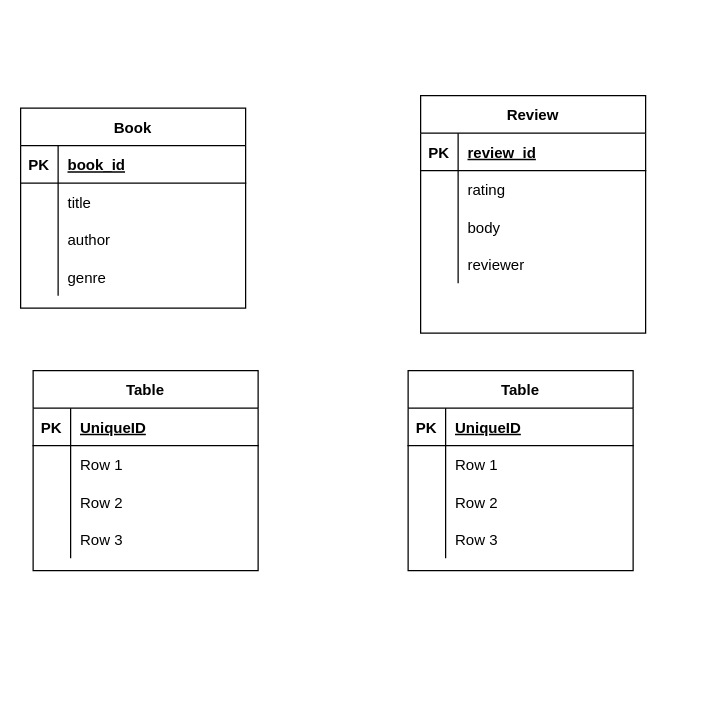
Before: .drawio in byukan/Chatbots-NLP, a draw.io diagram. Source tidied: cells renumbered, new cells numbered last; positions are measured from the earlier drawing's top-left corner, leaving out a move shared by most shapes. Both pictures are drawn from the tidied source at 125%, with x=0, y=0 at pixel (20, 95).
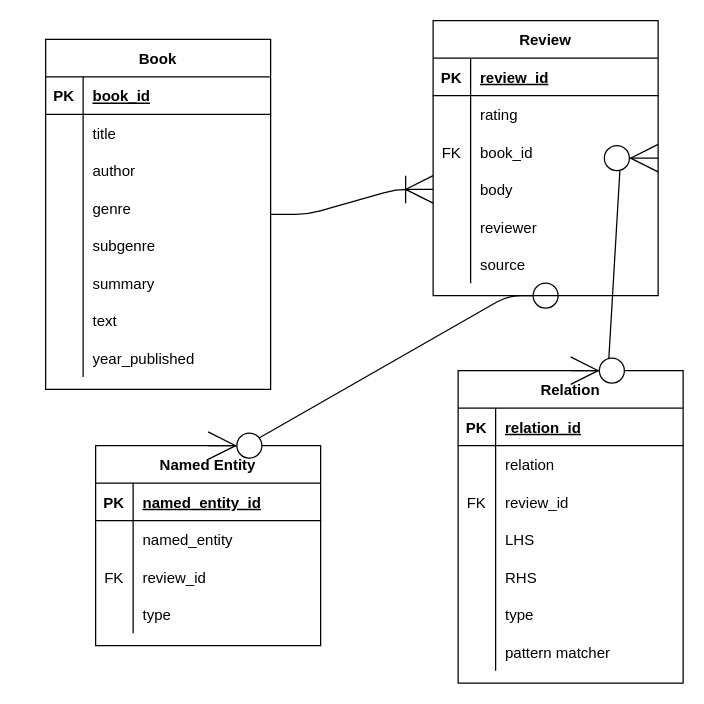
The same page after the edit.

Unchanged cells that the change refers to:
```xml
<mxCell id="16" style="shape=partialRectangle;fillColor=none;top=0;left=0;bottom=1;right=0;" parent="15" vertex="1">
  <mxGeometry y="30" width="180" height="30" as="geometry" />
</mxCell>
<mxCell id="19" style="shape=partialRectangle;fillColor=none;top=0;left=0;bottom=0;right=0;" parent="15" vertex="1">
  <mxGeometry y="60" width="180" height="30" as="geometry" />
</mxCell>
<mxCell id="29" style="shape=partialRectangle;fillColor=none;top=0;left=0;bottom=1;right=0;" parent="28" vertex="1">
  <mxGeometry y="30" width="180" height="30" as="geometry" />
</mxCell>
<mxCell id="32" style="shape=partialRectangle;fillColor=none;top=0;left=0;bottom=0;right=0;" parent="28" vertex="1">
  <mxGeometry y="60" width="180" height="30" as="geometry" />
</mxCell>
<mxCell id="35" style="shape=partialRectangle;fillColor=none;top=0;left=0;bottom=0;right=0;" parent="28" vertex="1">
  <mxGeometry y="90" width="180" height="30" as="geometry" />
</mxCell>
<mxCell id="38" style="shape=partialRectangle;fillColor=none;top=0;left=0;bottom=0;right=0;" parent="28" vertex="1">
  <mxGeometry y="120" width="180" height="30" as="geometry" />
</mxCell>
```

Diff of the diagram source:
```diff
@@
     <mxCell id="2" value="Book" style="shape=table;startSize=30;childLayout=tableLayout;rowLines=0;fontStyle=1;align=center;" parent="1" vertex="1">
-      <mxGeometry y="10" width="180" height="160" as="geometry" />
+      <mxGeometry x="20" y="-45" width="180" height="280" as="geometry" />
     </mxCell>
@@
+    <mxCell id="54" style="shape=partialRectangle;fillColor=none;top=0;left=0;bottom=0;right=0;" parent="2" vertex="1">
+      <mxGeometry y="150" width="180" height="30" as="geometry" />
+    </mxCell>
+    <mxCell id="55" style="shape=partialRectangle;fillColor=none;top=0;left=0;bottom=0;right=0;overflow=hidden;" parent="54" vertex="1">
+      <mxGeometry width="30" height="30" as="geometry" />
+    </mxCell>
+    <mxCell id="56" value="subgenre" style="shape=partialRectangle;fillColor=none;top=0;left=0;bottom=0;right=0;align=left;spacingLeft=6;overflow=hidden;" parent="54" vertex="1">
+      <mxGeometry x="30" width="150" height="30" as="geometry" />
+    </mxCell>
+    <mxCell id="57" style="shape=partialRectangle;fillColor=none;top=0;left=0;bottom=0;right=0;" parent="2" vertex="1">
+      <mxGeometry y="180" width="180" height="30" as="geometry" />
+    </mxCell>
+    <mxCell id="58" style="shape=partialRectangle;fillColor=none;top=0;left=0;bottom=0;right=0;overflow=hidden;" parent="57" vertex="1">
+      <mxGeometry width="30" height="30" as="geometry" />
+    </mxCell>
+    <mxCell id="59" value="summary" style="shape=partialRectangle;fillColor=none;top=0;left=0;bottom=0;right=0;align=left;spacingLeft=6;overflow=hidden;" parent="57" vertex="1">
+      <mxGeometry x="30" width="150" height="30" as="geometry" />
+    </mxCell>
+    <mxCell id="60" style="shape=partialRectangle;fillColor=none;top=0;left=0;bottom=0;right=0;" parent="2" vertex="1">
+      <mxGeometry y="210" width="180" height="30" as="geometry" />
+    </mxCell>
+    <mxCell id="61" style="shape=partialRectangle;fillColor=none;top=0;left=0;bottom=0;right=0;overflow=hidden;" parent="60" vertex="1">
+      <mxGeometry width="30" height="30" as="geometry" />
+    </mxCell>
+    <mxCell id="62" value="text" style="shape=partialRectangle;fillColor=none;top=0;left=0;bottom=0;right=0;align=left;spacingLeft=6;overflow=hidden;" parent="60" vertex="1">
+      <mxGeometry x="30" width="150" height="30" as="geometry" />
+    </mxCell>
+    <mxCell id="63" style="shape=partialRectangle;fillColor=none;top=0;left=0;bottom=0;right=0;" parent="2" vertex="1">
+      <mxGeometry y="240" width="180" height="30" as="geometry" />
+    </mxCell>
+    <mxCell id="64" style="shape=partialRectangle;fillColor=none;top=0;left=0;bottom=0;right=0;overflow=hidden;" parent="63" vertex="1">
+      <mxGeometry width="30" height="30" as="geometry" />
+    </mxCell>
+    <mxCell id="65" value="year_published" style="shape=partialRectangle;fillColor=none;top=0;left=0;bottom=0;right=0;align=left;spacingLeft=6;overflow=hidden;" parent="63" vertex="1">
+      <mxGeometry x="30" width="150" height="30" as="geometry" />
+    </mxCell>
-    <mxCell id="15" value="Table" style="shape=table;startSize=30;childLayout=tableLayout;rowLines=0;fontStyle=1;align=center;" parent="1" vertex="1">
-      <mxGeometry x="310" y="220" width="180" height="160" as="geometry" />
+    <mxCell id="15" value="Relation" style="shape=table;startSize=30;childLayout=tableLayout;rowLines=0;fontStyle=1;align=center;" parent="1" vertex="1">
+      <mxGeometry x="350" y="220" width="180" height="250" as="geometry" />
     </mxCell>
@@
-    <mxCell id="18" value="UniqueID" style="shape=partialRectangle;fillColor=none;top=0;left=0;bottom=0;right=0;align=left;spacingLeft=6;fontStyle=5;overflow=hidden;" parent="16" vertex="1">
+    <mxCell id="18" value="relation_id" style="shape=partialRectangle;fillColor=none;top=0;left=0;bottom=0;right=0;align=left;spacingLeft=6;fontStyle=5;overflow=hidden;" parent="16" vertex="1">
       <mxGeometry x="30" width="150" height="30" as="geometry" />
     </mxCell>
@@
-    <mxCell id="21" value="Row 1" style="shape=partialRectangle;fillColor=none;top=0;left=0;bottom=0;right=0;align=left;spacingLeft=6;overflow=hidden;" parent="19" vertex="1">
+    <mxCell id="21" value="relation" style="shape=partialRectangle;fillColor=none;top=0;left=0;bottom=0;right=0;align=left;spacingLeft=6;overflow=hidden;" parent="19" vertex="1">
       <mxGeometry x="30" width="150" height="30" as="geometry" />
     </mxCell>
+    <mxCell id="66" style="shape=partialRectangle;fillColor=none;top=0;left=0;bottom=0;right=0;" parent="15" vertex="1">
+      <mxGeometry y="90" width="180" height="30" as="geometry" />
+    </mxCell>
+    <mxCell id="67" value="FK" style="shape=partialRectangle;fillColor=none;top=0;left=0;bottom=0;right=0;overflow=hidden;" parent="66" vertex="1">
+      <mxGeometry width="30" height="30" as="geometry" />
+    </mxCell>
+    <mxCell id="68" value="review_id" style="shape=partialRectangle;fillColor=none;top=0;left=0;bottom=0;right=0;align=left;spacingLeft=6;overflow=hidden;" parent="66" vertex="1">
+      <mxGeometry x="30" width="150" height="30" as="geometry" />
+    </mxCell>
+    <mxCell id="69" style="shape=partialRectangle;fillColor=none;top=0;left=0;bottom=0;right=0;" parent="15" vertex="1">
+      <mxGeometry y="120" width="180" height="30" as="geometry" />
+    </mxCell>
+    <mxCell id="70" style="shape=partialRectangle;fillColor=none;top=0;left=0;bottom=0;right=0;overflow=hidden;" parent="69" vertex="1">
+      <mxGeometry width="30" height="30" as="geometry" />
+    </mxCell>
+    <mxCell id="71" value="LHS" style="shape=partialRectangle;fillColor=none;top=0;left=0;bottom=0;right=0;align=left;spacingLeft=6;overflow=hidden;" parent="69" vertex="1">
+      <mxGeometry x="30" width="150" height="30" as="geometry" />
+    </mxCell>
+    <mxCell id="72" style="shape=partialRectangle;fillColor=none;top=0;left=0;bottom=0;right=0;" parent="15" vertex="1">
+      <mxGeometry y="150" width="180" height="30" as="geometry" />
+    </mxCell>
+    <mxCell id="73" style="shape=partialRectangle;fillColor=none;top=0;left=0;bottom=0;right=0;overflow=hidden;" parent="72" vertex="1">
+      <mxGeometry width="30" height="30" as="geometry" />
+    </mxCell>
+    <mxCell id="74" value="RHS" style="shape=partialRectangle;fillColor=none;top=0;left=0;bottom=0;right=0;align=left;spacingLeft=6;overflow=hidden;" parent="72" vertex="1">
+      <mxGeometry x="30" width="150" height="30" as="geometry" />
+    </mxCell>
     <mxCell id="22" style="shape=partialRectangle;fillColor=none;top=0;left=0;bottom=0;right=0;" parent="15" vertex="1">
-      <mxGeometry y="90" width="180" height="30" as="geometry" />
+      <mxGeometry y="180" width="180" height="30" as="geometry" />
     </mxCell>
@@
-    <mxCell id="24" value="Row 2" style="shape=partialRectangle;fillColor=none;top=0;left=0;bottom=0;right=0;align=left;spacingLeft=6;overflow=hidden;" parent="22" vertex="1">
+    <mxCell id="24" value="type" style="shape=partialRectangle;fillColor=none;top=0;left=0;bottom=0;right=0;align=left;spacingLeft=6;overflow=hidden;" parent="22" vertex="1">
       <mxGeometry x="30" width="150" height="30" as="geometry" />
     </mxCell>
     <mxCell id="25" style="shape=partialRectangle;fillColor=none;top=0;left=0;bottom=0;right=0;" parent="15" vertex="1">
-      <mxGeometry y="120" width="180" height="30" as="geometry" />
+      <mxGeometry y="210" width="180" height="30" as="geometry" />
     </mxCell>
@@
-    <mxCell id="27" value="Row 3" style="shape=partialRectangle;fillColor=none;top=0;left=0;bottom=0;right=0;align=left;spacingLeft=6;overflow=hidden;" parent="25" vertex="1">
+    <mxCell id="27" value="pattern matcher" style="shape=partialRectangle;fillColor=none;top=0;left=0;bottom=0;right=0;align=left;spacingLeft=6;overflow=hidden;" parent="25" vertex="1">
       <mxGeometry x="30" width="150" height="30" as="geometry" />
     </mxCell>
-    <mxCell id="28" value="Table" style="shape=table;startSize=30;childLayout=tableLayout;rowLines=0;fontStyle=1;align=center;" parent="1" vertex="1">
-      <mxGeometry x="10" y="220" width="180" height="160" as="geometry" />
+    <mxCell id="28" value="Named Entity" style="shape=table;startSize=30;childLayout=tableLayout;rowLines=0;fontStyle=1;align=center;" parent="1" vertex="1">
+      <mxGeometry x="60" y="280" width="180" height="160" as="geometry" />
     </mxCell>
@@
-    <mxCell id="31" value="UniqueID" style="shape=partialRectangle;fillColor=none;top=0;left=0;bottom=0;right=0;align=left;spacingLeft=6;fontStyle=5;overflow=hidden;" parent="29" vertex="1">
+    <mxCell id="31" value="named_entity_id" style="shape=partialRectangle;fillColor=none;top=0;left=0;bottom=0;right=0;align=left;spacingLeft=6;fontStyle=5;overflow=hidden;" parent="29" vertex="1">
       <mxGeometry x="30" width="150" height="30" as="geometry" />
     </mxCell>
@@
-    <mxCell id="34" value="Row 1" style="shape=partialRectangle;fillColor=none;top=0;left=0;bottom=0;right=0;align=left;spacingLeft=6;overflow=hidden;" parent="32" vertex="1">
+    <mxCell id="34" value="named_entity" style="shape=partialRectangle;fillColor=none;top=0;left=0;bottom=0;right=0;align=left;spacingLeft=6;overflow=hidden;" parent="32" vertex="1">
       <mxGeometry x="30" width="150" height="30" as="geometry" />
     </mxCell>
@@
-    <mxCell id="36" style="shape=partialRectangle;fillColor=none;top=0;left=0;bottom=0;right=0;overflow=hidden;" parent="35" vertex="1">
+    <mxCell id="36" value="FK" style="shape=partialRectangle;fillColor=none;top=0;left=0;bottom=0;right=0;overflow=hidden;" parent="35" vertex="1">
       <mxGeometry width="30" height="30" as="geometry" />
     </mxCell>
-    <mxCell id="37" value="Row 2" style="shape=partialRectangle;fillColor=none;top=0;left=0;bottom=0;right=0;align=left;spacingLeft=6;overflow=hidden;" parent="35" vertex="1">
+    <mxCell id="37" value="review_id" style="shape=partialRectangle;fillColor=none;top=0;left=0;bottom=0;right=0;align=left;spacingLeft=6;overflow=hidden;" parent="35" vertex="1">
       <mxGeometry x="30" width="150" height="30" as="geometry" />
     </mxCell>
@@
-    <mxCell id="40" value="Row 3" style="shape=partialRectangle;fillColor=none;top=0;left=0;bottom=0;right=0;align=left;spacingLeft=6;overflow=hidden;" parent="38" vertex="1">
+    <mxCell id="40" value="type" style="shape=partialRectangle;fillColor=none;top=0;left=0;bottom=0;right=0;align=left;spacingLeft=6;overflow=hidden;" parent="38" vertex="1">
       <mxGeometry x="30" width="150" height="30" as="geometry" />
     </mxCell>
-    <mxCell id="41" value="Review" style="shape=table;startSize=30;childLayout=tableLayout;rowLines=0;fontStyle=1;align=center;" parent="1" vertex="1">
-      <mxGeometry x="320" width="180" height="190" as="geometry" />
+    <mxCell id="41" value="Review" style="shape=table;startSize=30;childLayout=tableLayout;rowLines=0;fontStyle=1;align=center;strokeWidth=1;" parent="1" vertex="1">
+      <mxGeometry x="330" y="-60" width="180" height="220" as="geometry" />
     </mxCell>
@@
+    <mxCell id="75" style="shape=partialRectangle;fillColor=none;top=0;left=0;bottom=0;right=0;" parent="41" vertex="1">
+      <mxGeometry y="90" width="180" height="30" as="geometry" />
+    </mxCell>
+    <mxCell id="76" value="FK" style="shape=partialRectangle;fillColor=none;top=0;left=0;bottom=0;right=0;overflow=hidden;" parent="75" vertex="1">
+      <mxGeometry width="30" height="30" as="geometry" />
+    </mxCell>
+    <mxCell id="77" value="book_id" style="shape=partialRectangle;fillColor=none;top=0;left=0;bottom=0;right=0;align=left;spacingLeft=6;overflow=hidden;" parent="75" vertex="1">
+      <mxGeometry x="30" width="150" height="30" as="geometry" />
+    </mxCell>
     <mxCell id="48" style="shape=partialRectangle;fillColor=none;top=0;left=0;bottom=0;right=0;points=[[0,0.5],[1,0.5]];portConstraint=eastwest;" parent="41" vertex="1">
-      <mxGeometry y="90" width="180" height="30" as="geometry" />
+      <mxGeometry y="120" width="180" height="30" as="geometry" />
     </mxCell>
@@
     <mxCell id="51" style="shape=partialRectangle;fillColor=none;top=0;left=0;bottom=0;right=0;" parent="41" vertex="1">
-      <mxGeometry y="120" width="180" height="30" as="geometry" />
+      <mxGeometry y="150" width="180" height="30" as="geometry" />
     </mxCell>
@@
+    <mxCell id="78" style="shape=partialRectangle;fillColor=none;top=0;left=0;bottom=0;right=0;" parent="41" vertex="1">
+      <mxGeometry y="180" width="180" height="30" as="geometry" />
+    </mxCell>
+    <mxCell id="79" style="shape=partialRectangle;fillColor=none;top=0;left=0;bottom=0;right=0;overflow=hidden;" parent="78" vertex="1">
+      <mxGeometry width="30" height="30" as="geometry" />
+    </mxCell>
+    <mxCell id="80" value="source" style="shape=partialRectangle;fillColor=none;top=0;left=0;bottom=0;right=0;align=left;spacingLeft=6;overflow=hidden;" parent="78" vertex="1">
+      <mxGeometry x="30" width="150" height="30" as="geometry" />
+    </mxCell>
+    <mxCell id="81" style="edgeStyle=entityRelationEdgeStyle;fontSize=12;html=1;endArrow=ERoneToMany;exitX=1;exitY=0.5;exitDx=0;exitDy=0;entryX=0;entryY=0.5;entryDx=0;entryDy=0;endSize=20;startSize=20;" parent="1" edge="1" source="2" target="48">
+      <mxGeometry relative="1" as="geometry" />
+    </mxCell>
+    <mxCell id="82" style="edgeStyle=entityRelationEdgeStyle;fontSize=12;html=1;endArrow=ERzeroToMany;entryX=0.5;entryY=0;entryDx=0;entryDy=0;exitX=0.5;exitY=1;exitDx=0;exitDy=0;endSize=20;startSize=20;startArrow=oval;startFill=0;endFill=1;" parent="1" edge="1" source="41" target="28">
+      <mxGeometry relative="1" as="geometry" />
+    </mxCell>
+    <mxCell id="83" style="edgeStyle=entityRelationEdgeStyle;fontSize=12;html=1;endArrow=ERzeroToMany;endFill=1;startArrow=ERzeroToMany;entryX=1;entryY=0.5;entryDx=0;entryDy=0;exitX=0.5;exitY=0;exitDx=0;exitDy=0;endSize=20;startSize=20;" parent="1" edge="1" source="15" target="41">
+      <mxGeometry relative="1" as="geometry" />
+    </mxCell>
```
